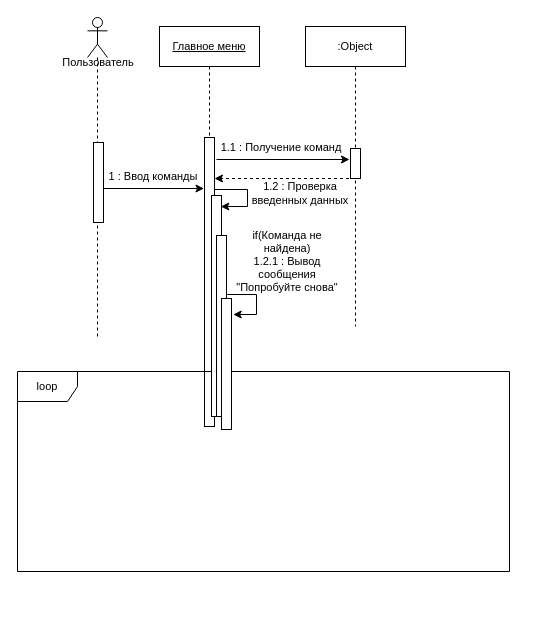
Above: page "Page-2" (2 of 3) of Untitled Diagram.drawio in gnipka/OOP (draw.io), before the change. Source tidied: cells renumbered, new cells numbered last; positions are measured from the earlier drawing's top-left corner, leaving out a move shared by most shapes. Both pictures are drawn from the tidied source at 100%, with x=0, y=0 at pixel (17, 17).
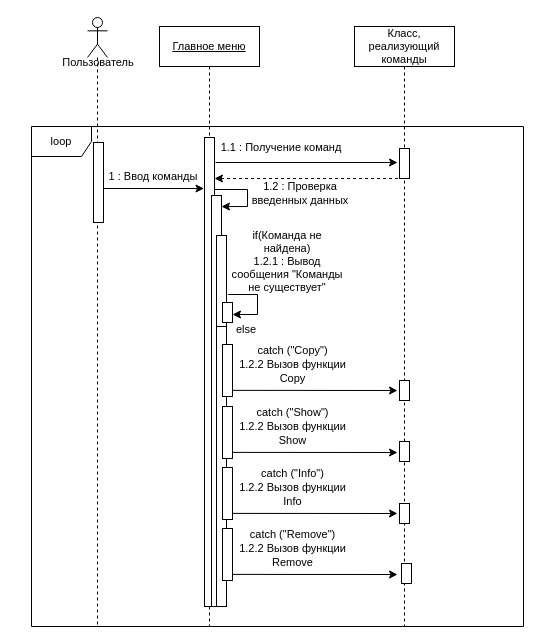
The same diagram, later.

The change refers to these unchanged cells:
```xml
<mxCell id="18" value="1.1 : Получение команд" style="text;html=1;strokeColor=none;fillColor=none;align=center;verticalAlign=middle;whiteSpace=wrap;rounded=0;labelBackgroundColor=none;fontSize=11;" parent="1" vertex="1">
  <mxGeometry x="198" y="115" width="132" height="30" as="geometry" />
</mxCell>
```

The edit, as a diff of the source:
```diff
@@
+    <mxCell id="21" style="endArrow=classic;html=1;rounded=0;fontSize=11;exitX=1.167;exitY=0.326;exitDx=0;exitDy=0;exitPerimeter=0;entryX=0.25;entryY=0;entryDx=0;entryDy=0;" parent="1" edge="1">
+      <mxGeometry relative="1" as="geometry">
+        <mxPoint x="210.7" y="277" as="sourcePoint" />
+        <mxPoint x="215" y="297" as="targetPoint" />
+        <Array as="points">
+          <mxPoint x="240" y="277" />
+          <mxPoint x="240" y="297" />
+        </Array>
+      </mxGeometry>
+    </mxCell>
-    <mxCell id="2" style="endArrow=classic;html=1;rounded=0;fontSize=11;entryX=0.933;entryY=0.05;entryDx=0;entryDy=0;entryPerimeter=0;" parent="1" edge="1" target="15">
+    <mxCell id="2" style="endArrow=classic;html=1;rounded=0;fontSize=11;entryX=0.998;entryY=0.027;entryDx=0;entryDy=0;entryPerimeter=0;" parent="1" edge="1" target="15">
       <mxGeometry relative="1" as="geometry">
         <mxPoint x="192" y="172" as="sourcePoint" />
         <Array as="points">
           <mxPoint x="230" y="172" />
           <mxPoint x="230" y="189" />
         </Array>
       </mxGeometry>
     </mxCell>
     <mxCell id="3" value="&lt;u&gt;Главное меню&lt;/u&gt;" style="shape=umlLifeline;perimeter=lifelinePerimeter;whiteSpace=wrap;html=1;labelBackgroundColor=default;fontSize=11;" parent="1" vertex="1">
-      <mxGeometry x="142" y="9" width="100" height="300" as="geometry" />
+      <mxGeometry x="142" y="9" width="100" height="600" as="geometry" />
     </mxCell>
@@
     <mxCell id="5" style="html=1;perimeter=orthogonalPerimeter;labelBackgroundColor=none;fontSize=11;" parent="1" vertex="1">
-      <mxGeometry x="187" y="120" width="10" height="289" as="geometry" />
+      <mxGeometry x="187" y="120" width="10" height="469" as="geometry" />
     </mxCell>
     <mxCell id="6" value="loop" style="shape=umlFrame;whiteSpace=wrap;html=1;labelBackgroundColor=none;fontSize=11;" parent="1" vertex="1">
-      <mxGeometry y="354" width="492" height="200" as="geometry" />
+      <mxGeometry x="14" y="109" width="492" height="500" as="geometry" />
     </mxCell>
@@
-    <mxCell id="9" value=":Object" style="shape=umlLifeline;perimeter=lifelinePerimeter;whiteSpace=wrap;html=1;outlineConnect=0;labelBackgroundColor=none;fontSize=11;" parent="1" vertex="1">
-      <mxGeometry x="288" y="9" width="100" height="300" as="geometry" />
+    <mxCell id="9" value="Класс, реализующий команды" style="shape=umlLifeline;perimeter=lifelinePerimeter;whiteSpace=wrap;html=1;outlineConnect=0;labelBackgroundColor=none;fontSize=11;" parent="1" vertex="1">
+      <mxGeometry x="337" y="9" width="100" height="600" as="geometry" />
     </mxCell>
-    <mxCell id="10" style="endArrow=classic;html=1;rounded=0;fontSize=11;fontStyle=1;" parent="9" edge="1">
-      <mxGeometry relative="1" as="geometry">
-        <mxPoint x="-89" y="133" as="sourcePoint" />
-        <mxPoint x="44" y="133" as="targetPoint" />
-      </mxGeometry>
-    </mxCell>
@@
+    <mxCell id="22" style="html=1;perimeter=orthogonalPerimeter;labelBackgroundColor=none;fontSize=11;" parent="9" vertex="1">
+      <mxGeometry x="45" y="354" width="10" height="20" as="geometry" />
+    </mxCell>
+    <mxCell id="23" style="html=1;perimeter=orthogonalPerimeter;labelBackgroundColor=none;fontSize=11;" parent="9" vertex="1">
+      <mxGeometry x="45" y="415" width="10" height="20" as="geometry" />
+    </mxCell>
+    <mxCell id="24" style="html=1;perimeter=orthogonalPerimeter;labelBackgroundColor=none;fontSize=11;" parent="9" vertex="1">
+      <mxGeometry x="47" y="537" width="10" height="20" as="geometry" />
+    </mxCell>
@@
     <mxCell id="13" style="shape=umlLifeline;participant=umlActor;perimeter=lifelinePerimeter;whiteSpace=wrap;html=1;verticalAlign=top;spacingTop=36;" parent="1" vertex="1">
-      <mxGeometry x="70" width="20" height="320" as="geometry" />
+      <mxGeometry x="70" width="20" height="609" as="geometry" />
     </mxCell>
@@
     <mxCell id="15" style="html=1;points=[];perimeter=orthogonalPerimeter;labelBackgroundColor=none;fontSize=11;" parent="1" vertex="1">
-      <mxGeometry x="194" y="178" width="10" height="221" as="geometry" />
+      <mxGeometry x="194" y="178" width="10" height="411" as="geometry" />
     </mxCell>
     <mxCell id="16" style="html=1;perimeter=orthogonalPerimeter;labelBackgroundColor=none;fontSize=11;" parent="1" vertex="1">
-      <mxGeometry x="199" y="218" width="10" height="181" as="geometry" />
+      <mxGeometry x="199" y="218" width="10" height="91" as="geometry" />
     </mxCell>
-    <mxCell id="17" value="if(Команда не найдена)&lt;br&gt;1.2.1 : Вывод сообщения &quot;Попробуйте снова&quot;" style="text;html=1;strokeColor=none;fillColor=none;align=center;verticalAlign=middle;whiteSpace=wrap;rounded=0;labelBackgroundColor=none;fontSize=11;" parent="1" vertex="1">
+    <mxCell id="17" value="if(Команда не найдена)&lt;br&gt;1.2.1 : Вывод сообщения &quot;Команды не существует&quot;" style="text;html=1;strokeColor=none;fillColor=none;align=center;verticalAlign=middle;whiteSpace=wrap;rounded=0;labelBackgroundColor=none;fontSize=11;" parent="1" vertex="1">
       <mxGeometry x="210" y="228.5" width="120" height="30" as="geometry" />
     </mxCell>
@@
     <mxCell id="20" style="html=1;perimeter=orthogonalPerimeter;labelBackgroundColor=none;fontSize=11;" parent="1" vertex="1">
-      <mxGeometry x="204" y="281" width="10" height="131" as="geometry" />
+      <mxGeometry x="199" y="309" width="10" height="280" as="geometry" />
     </mxCell>
-    <mxCell id="21" style="endArrow=classic;html=1;rounded=0;fontSize=11;exitX=1.167;exitY=0.326;exitDx=0;exitDy=0;exitPerimeter=0;entryX=1.267;entryY=0.122;entryDx=0;entryDy=0;entryPerimeter=0;" parent="1" edge="1">
-      <mxGeometry relative="1" as="geometry">
-        <mxPoint x="209.7" y="277" as="sourcePoint" />
-        <mxPoint x="215.7" y="297" as="targetPoint" />
-        <Array as="points">
-          <mxPoint x="239" y="277" />
-          <mxPoint x="239" y="297" />
-        </Array>
-      </mxGeometry>
-    </mxCell>
+    <mxCell id="25" value="else" style="text;html=1;strokeColor=none;fillColor=none;align=center;verticalAlign=middle;whiteSpace=wrap;rounded=0;labelBackgroundColor=none;fontSize=11;" parent="1" vertex="1">
+      <mxGeometry x="199" y="297" width="60" height="30" as="geometry" />
+    </mxCell>
+    <mxCell id="26" style="html=1;points=[];perimeter=orthogonalPerimeter;labelBackgroundColor=none;fontSize=11;" parent="1" vertex="1">
+      <mxGeometry x="205" y="327" width="10" height="52" as="geometry" />
+    </mxCell>
+    <mxCell id="27" style="html=1;perimeter=orthogonalPerimeter;labelBackgroundColor=none;fontSize=11;" parent="1" vertex="1">
+      <mxGeometry x="205" y="285" width="10" height="20" as="geometry" />
+    </mxCell>
+    <mxCell id="28" value="catch (&quot;Copy&quot;)" style="text;html=1;strokeColor=none;fillColor=none;align=center;verticalAlign=middle;whiteSpace=wrap;rounded=0;labelBackgroundColor=none;fontSize=11;" parent="1" vertex="1">
+      <mxGeometry x="218" y="318" width="115" height="30" as="geometry" />
+    </mxCell>
+    <mxCell id="29" value="1.2.2 Вызов функции Copy" style="text;html=1;strokeColor=none;fillColor=none;align=center;verticalAlign=middle;whiteSpace=wrap;rounded=0;labelBackgroundColor=none;fontSize=11;" parent="1" vertex="1">
+      <mxGeometry x="218" y="339" width="115" height="30" as="geometry" />
+    </mxCell>
+    <mxCell id="10" style="endArrow=classic;html=1;rounded=0;fontSize=11;fontStyle=1;exitX=0;exitY=1;exitDx=0;exitDy=0;" parent="1" edge="1" source="18">
+      <mxGeometry relative="1" as="geometry">
+        <mxPoint x="380" y="145" as="targetPoint" />
+      </mxGeometry>
+    </mxCell>
+    <mxCell id="30" style="endArrow=classic;html=1;rounded=0;fontSize=11;exitX=1.033;exitY=0.882;exitDx=0;exitDy=0;exitPerimeter=0;" parent="1" edge="1" source="26">
+      <mxGeometry relative="1" as="geometry">
+        <mxPoint x="380" y="373" as="targetPoint" />
+      </mxGeometry>
+    </mxCell>
+    <mxCell id="31" style="html=1;perimeter=orthogonalPerimeter;labelBackgroundColor=none;fontSize=11;" parent="1" vertex="1">
+      <mxGeometry x="205" y="389" width="10" height="52" as="geometry" />
+    </mxCell>
+    <mxCell id="32" value="catch (&quot;Show&quot;)" style="text;html=1;strokeColor=none;fillColor=none;align=center;verticalAlign=middle;whiteSpace=wrap;rounded=0;labelBackgroundColor=none;fontSize=11;" parent="1" vertex="1">
+      <mxGeometry x="218" y="380" width="115" height="30" as="geometry" />
+    </mxCell>
+    <mxCell id="33" value="1.2.2 Вызов функции Show" style="text;html=1;strokeColor=none;fillColor=none;align=center;verticalAlign=middle;whiteSpace=wrap;rounded=0;labelBackgroundColor=none;fontSize=11;" parent="1" vertex="1">
+      <mxGeometry x="218" y="401" width="115" height="30" as="geometry" />
+    </mxCell>
+    <mxCell id="34" style="endArrow=classic;html=1;rounded=0;fontSize=11;exitX=1.033;exitY=0.882;exitDx=0;exitDy=0;exitPerimeter=0;" parent="1" edge="1">
+      <mxGeometry relative="1" as="geometry">
+        <mxPoint x="215.3" y="434.9" as="sourcePoint" />
+        <mxPoint x="380" y="435" as="targetPoint" />
+      </mxGeometry>
+    </mxCell>
+    <mxCell id="35" style="html=1;perimeter=orthogonalPerimeter;labelBackgroundColor=none;fontSize=11;" parent="1" vertex="1">
+      <mxGeometry x="205" y="450" width="10" height="52" as="geometry" />
+    </mxCell>
+    <mxCell id="36" value="catch (&quot;Info&quot;)" style="text;html=1;strokeColor=none;fillColor=none;align=center;verticalAlign=middle;whiteSpace=wrap;rounded=0;labelBackgroundColor=none;fontSize=11;" parent="1" vertex="1">
+      <mxGeometry x="218" y="441" width="115" height="30" as="geometry" />
+    </mxCell>
+    <mxCell id="37" value="1.2.2 Вызов функции Info" style="text;html=1;strokeColor=none;fillColor=none;align=center;verticalAlign=middle;whiteSpace=wrap;rounded=0;labelBackgroundColor=none;fontSize=11;" parent="1" vertex="1">
+      <mxGeometry x="218" y="462" width="115" height="30" as="geometry" />
+    </mxCell>
+    <mxCell id="38" style="endArrow=classic;html=1;rounded=0;fontSize=11;exitX=1.033;exitY=0.882;exitDx=0;exitDy=0;exitPerimeter=0;" parent="1" edge="1">
+      <mxGeometry relative="1" as="geometry">
+        <mxPoint x="215.3" y="495.9" as="sourcePoint" />
+        <mxPoint x="380" y="496" as="targetPoint" />
+      </mxGeometry>
+    </mxCell>
+    <mxCell id="39" style="html=1;perimeter=orthogonalPerimeter;labelBackgroundColor=none;fontSize=11;" parent="1" vertex="1">
+      <mxGeometry x="382" y="486" width="10" height="20" as="geometry" />
+    </mxCell>
+    <mxCell id="40" style="html=1;perimeter=orthogonalPerimeter;labelBackgroundColor=none;fontSize=11;" parent="1" vertex="1">
+      <mxGeometry x="205" y="511" width="10" height="52" as="geometry" />
+    </mxCell>
+    <mxCell id="41" value="catch (&quot;Remove&quot;)" style="text;html=1;strokeColor=none;fillColor=none;align=center;verticalAlign=middle;whiteSpace=wrap;rounded=0;labelBackgroundColor=none;fontSize=11;" parent="1" vertex="1">
+      <mxGeometry x="218" y="502" width="115" height="30" as="geometry" />
+    </mxCell>
+    <mxCell id="42" value="1.2.2 Вызов функции Remove" style="text;html=1;strokeColor=none;fillColor=none;align=center;verticalAlign=middle;whiteSpace=wrap;rounded=0;labelBackgroundColor=none;fontSize=11;" parent="1" vertex="1">
+      <mxGeometry x="218" y="523" width="115" height="30" as="geometry" />
+    </mxCell>
+    <mxCell id="43" style="endArrow=classic;html=1;rounded=0;fontSize=11;exitX=1.033;exitY=0.882;exitDx=0;exitDy=0;exitPerimeter=0;" parent="1" edge="1">
+      <mxGeometry relative="1" as="geometry">
+        <mxPoint x="215.3" y="556.9" as="sourcePoint" />
+        <mxPoint x="380" y="557" as="targetPoint" />
+      </mxGeometry>
+    </mxCell>
```
